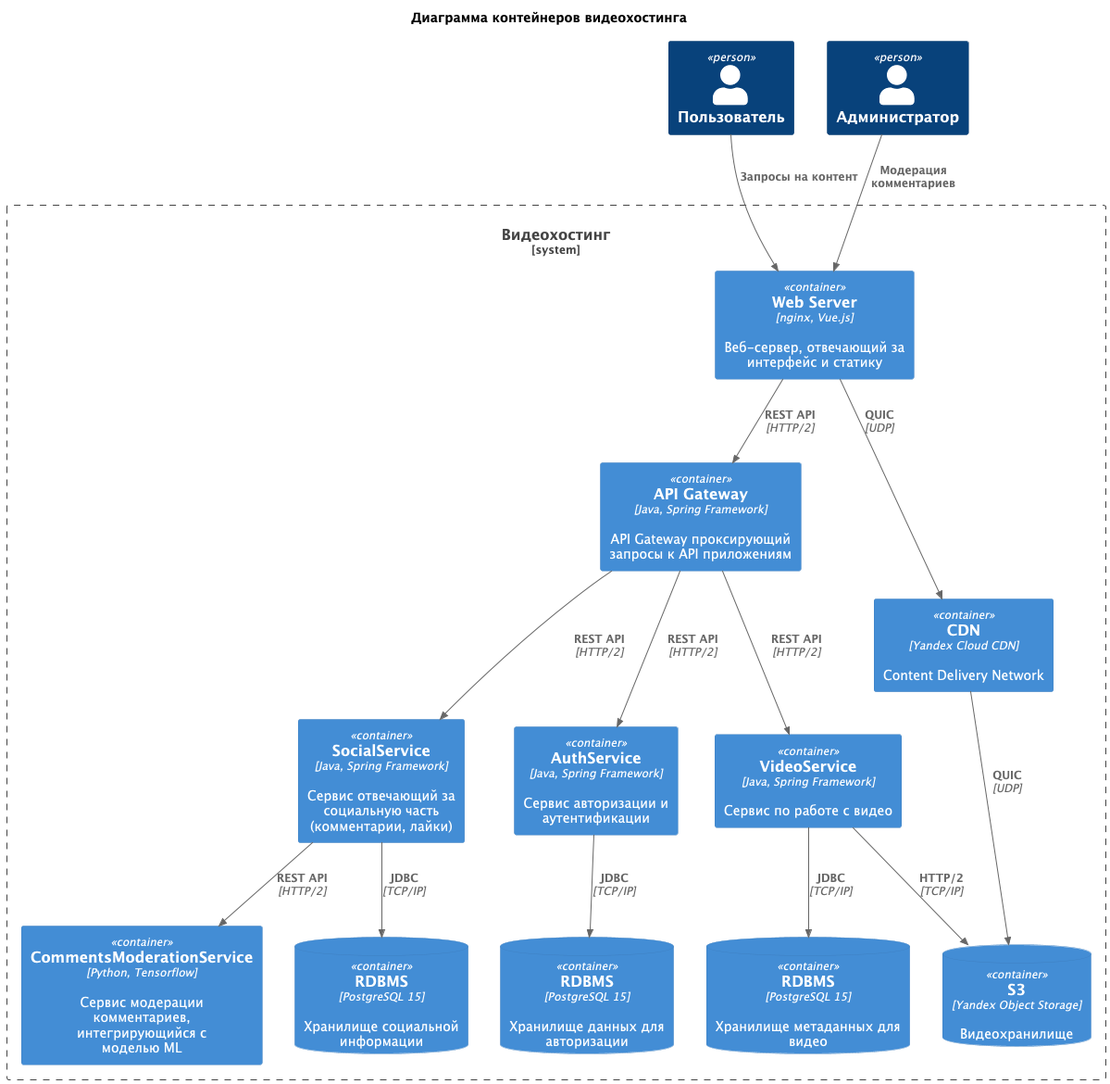
Earlier version of the PlantUML export profile/container.png (is-svi-y25/.github).
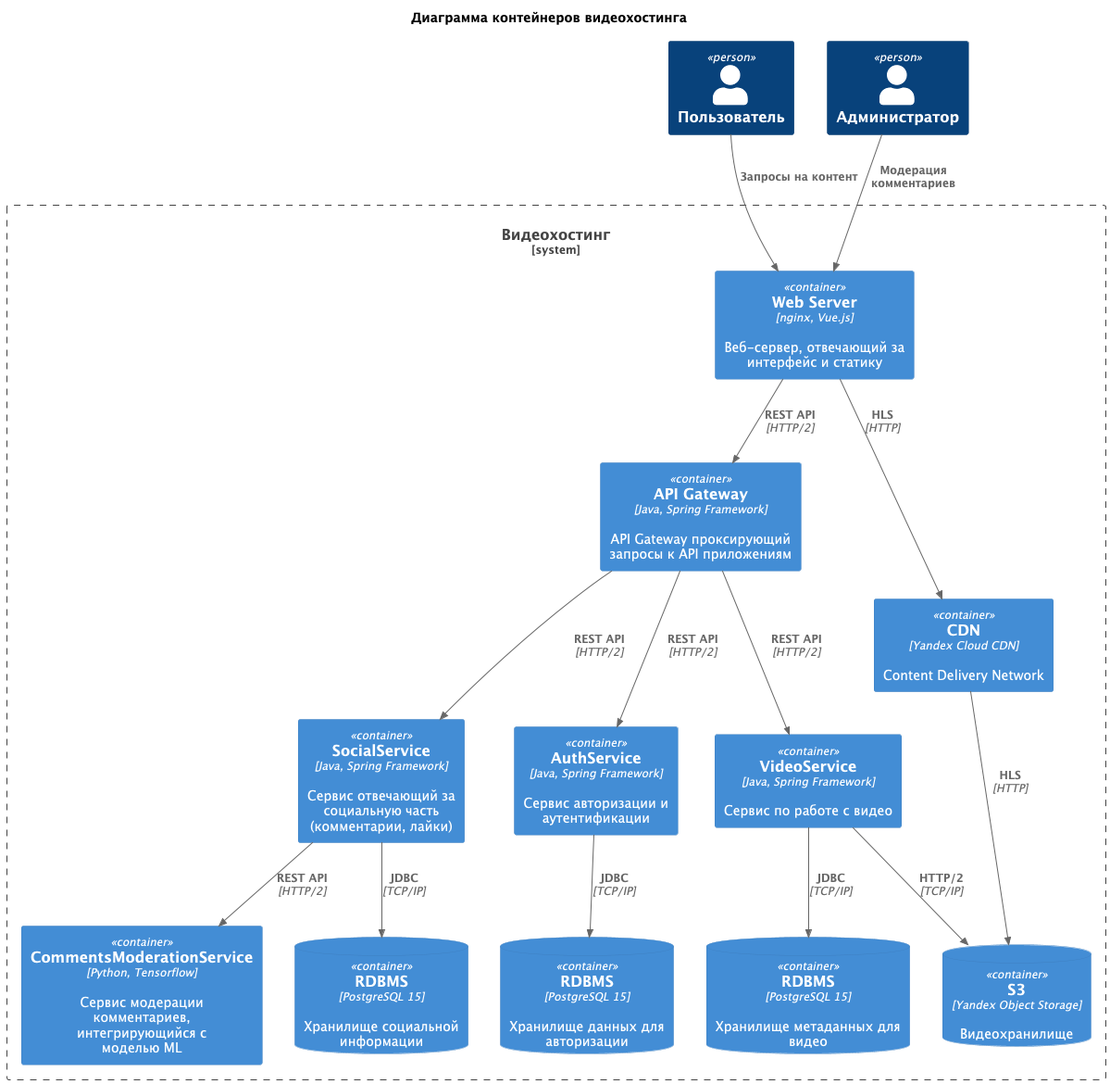
Above is the later version.

Commit message:
upd diagrams

Change to the diagram source:
```diff
@@ -38,7 +38,7 @@
 Rel(playbackService, s3, "HTTP/2", "TCP/IP")
 Rel(socialService, socialDb, "JDBC", "TCP/IP")
 
-Rel(webServer, cdn, "QUIC", "UDP")
-Rel(cdn, s3, "QUIC", "UDP")
+Rel(webServer, cdn, "HLS", "HTTP")
+Rel(cdn, s3, "HLS", "HTTP")
 
 @enduml
```
